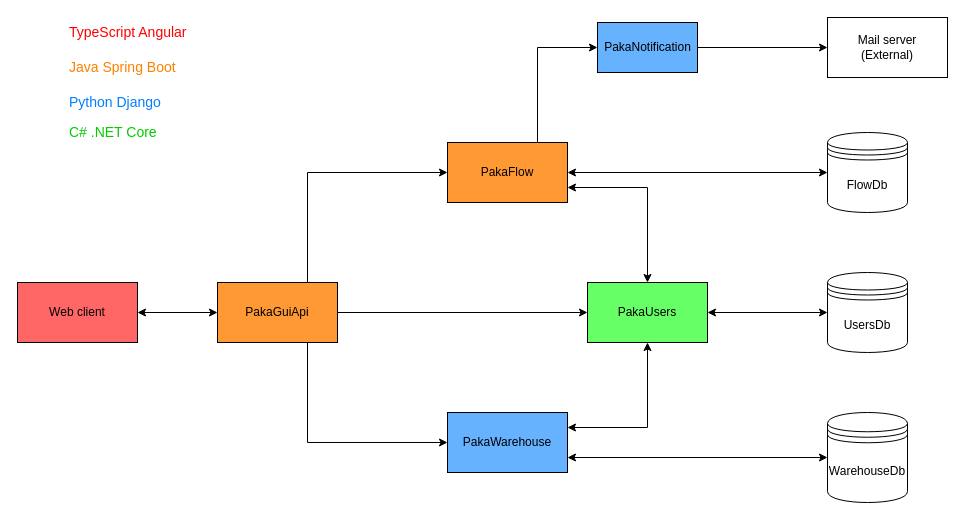
Earlier version of the draw.io diagram Architecture.drawio (IUI-januszex/documentation). Source tidied: cells renumbered, new cells numbered last; positions are measured from the earlier drawing's top-left corner, leaving out a move shared by most shapes. Both pictures are drawn from the tidied source at 100%, with x=0, y=0 at pixel (17, 17).
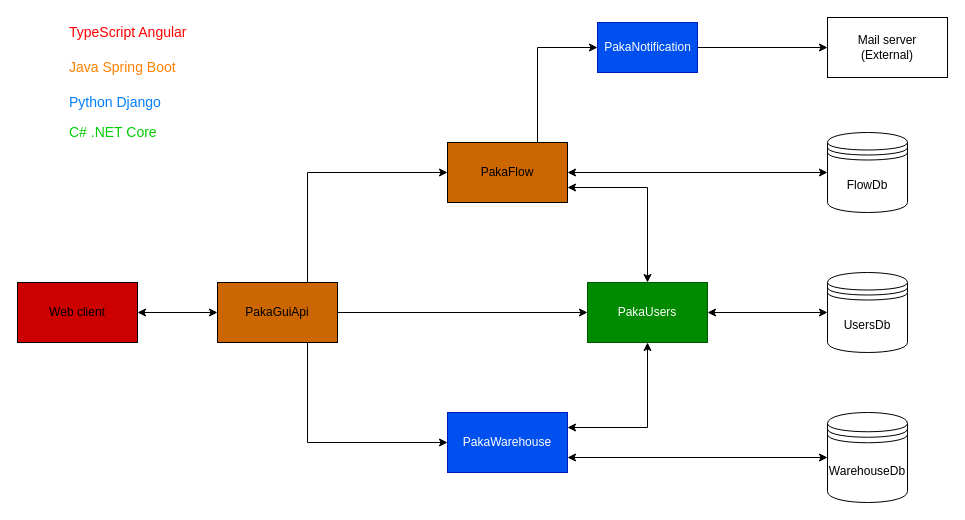
The same diagram, later.

Commit message (it also covers changes not shown here):
dark mode diagram

Diff of the diagram source:
```diff
@@
-    <mxCell id="8" value="PakaGuiApi" style="rounded=0;whiteSpace=wrap;html=1;fillColor=#FF9933;" parent="1" vertex="1">
+    <mxCell id="8" value="PakaGuiApi" style="rounded=0;whiteSpace=wrap;html=1;fillColor=#CC6600;" parent="1" vertex="1">
       <mxGeometry x="200" y="265" width="120" height="60" as="geometry" />
     </mxCell>
-    <mxCell id="9" value="Web client" style="rounded=0;whiteSpace=wrap;html=1;fillColor=#FF6666;" parent="1" vertex="1">
+    <mxCell id="9" value="Web client" style="rounded=0;whiteSpace=wrap;html=1;fillColor=#CC0000;" parent="1" vertex="1">
       <mxGeometry y="265" width="120" height="60" as="geometry" />
     </mxCell>
@@
-    <mxCell id="14" value="PakaFlow" style="rounded=0;whiteSpace=wrap;html=1;fillColor=#FF9933;" parent="1" vertex="1">
+    <mxCell id="14" value="PakaFlow" style="rounded=0;whiteSpace=wrap;html=1;fillColor=#CC6600;" parent="1" vertex="1">
       <mxGeometry x="430" y="125" width="120" height="60" as="geometry" />
     </mxCell>
@@
-    <mxCell id="16" value="PakaUsers" style="rounded=0;whiteSpace=wrap;html=1;fillColor=#66FF66;" parent="1" vertex="1">
+    <mxCell id="16" value="PakaUsers" style="rounded=0;whiteSpace=wrap;html=1;fillColor=#008a00;fontColor=#ffffff;strokeColor=#005700;" parent="1" vertex="1">
       <mxGeometry x="570" y="265" width="120" height="60" as="geometry" />
     </mxCell>
@@
-    <mxCell id="19" value="PakaWarehouse" style="rounded=0;whiteSpace=wrap;html=1;fillColor=#66B2FF;" parent="1" vertex="1">
+    <mxCell id="19" value="PakaWarehouse" style="rounded=0;whiteSpace=wrap;html=1;fillColor=#0050ef;fontColor=#ffffff;strokeColor=#001DBC;" parent="1" vertex="1">
       <mxGeometry x="430" y="395" width="120" height="60" as="geometry" />
     </mxCell>
@@
-    <mxCell id="21" value="PakaNotification" style="html=1;dashed=0;whitespace=wrap;fillColor=#66B2FF;" parent="1" vertex="1">
+    <mxCell id="21" value="PakaNotification" style="html=1;dashed=0;whitespace=wrap;fillColor=#0050ef;fontColor=#ffffff;strokeColor=#001DBC;" parent="1" vertex="1">
       <mxGeometry x="580" y="5" width="100" height="50" as="geometry" />
     </mxCell>
```
